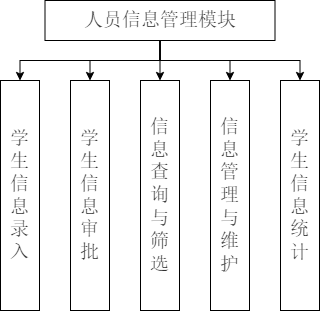
Earlier version of the draw.io export 室外平台人员信息管理模块.drawio.png (w1791105996/About-CSS3). Source tidied: cells renumbered, new cells last; positions are measured from the earlier drawing's top-left corner, leaving out a move shared by most shapes.
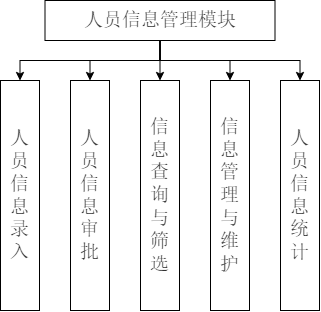
The same diagram one commit later.

Commit message:
更新室外平台人员信息管理模块.drawio.png

The edit, as a diff of the source:
```diff
@@ -20,10 +20,10 @@
     <mxCell id="7" value="&lt;span style=&quot;color: rgb(50, 50, 50); font-family: 宋体; font-size: 19px; background-color: rgba(255, 255, 255, 0.01);&quot;&gt;人员信息管理模块&lt;/span&gt;" style="rounded=0;whiteSpace=wrap;html=1;fontFamily=宋体;fontSize=19;" parent="1" vertex="1">
       <mxGeometry x="44.5" width="230" height="40" as="geometry" />
     </mxCell>
-    <mxCell id="8" value="&lt;span style=&quot;color: rgb(50, 50, 50); background-color: rgba(255, 255, 255, 0.01);&quot;&gt;学生信息录入&lt;/span&gt;" style="rounded=0;whiteSpace=wrap;html=1;fontFamily=宋体;fontSize=19;" parent="1" vertex="1">
+    <mxCell id="8" value="&lt;span style=&quot;color: rgb(50, 50, 50); background-color: rgba(255, 255, 255, 0.01);&quot;&gt;人员信息录入&lt;/span&gt;" style="rounded=0;whiteSpace=wrap;html=1;fontFamily=宋体;fontSize=19;" parent="1" vertex="1">
       <mxGeometry y="80" width="39" height="230" as="geometry" />
     </mxCell>
-    <mxCell id="9" value="&lt;span style=&quot;color: rgb(50, 50, 50); background-color: rgba(255, 255, 255, 0.01);&quot;&gt;学生信息审批&lt;/span&gt;" style="rounded=0;whiteSpace=wrap;html=1;fontFamily=宋体;fontSize=19;" parent="1" vertex="1">
+    <mxCell id="9" value="&lt;span style=&quot;color: rgb(50, 50, 50); background-color: rgba(255, 255, 255, 0.01);&quot;&gt;人员信息审批&lt;/span&gt;" style="rounded=0;whiteSpace=wrap;html=1;fontFamily=宋体;fontSize=19;" parent="1" vertex="1">
       <mxGeometry x="70" y="80" width="39" height="230" as="geometry" />
     </mxCell>
     <mxCell id="10" value="&lt;span style=&quot;color: rgb(50, 50, 50); background-color: rgba(255, 255, 255, 0.01);&quot;&gt;信息查询与筛选&lt;/span&gt;" style="rounded=0;whiteSpace=wrap;html=1;fontFamily=宋体;fontSize=19;" parent="1" vertex="1">
@@ -32,7 +32,7 @@
     <mxCell id="11" value="&lt;span style=&quot;color: rgb(50, 50, 50); background-color: rgba(255, 255, 255, 0.01);&quot;&gt;信息管理与维护&lt;/span&gt;" style="rounded=0;whiteSpace=wrap;html=1;fontFamily=宋体;fontSize=19;" parent="1" vertex="1">
       <mxGeometry x="210" y="80" width="39" height="230" as="geometry" />
     </mxCell>
-    <mxCell id="12" value="&lt;span style=&quot;color: rgb(50, 50, 50); background-color: rgba(255, 255, 255, 0.01);&quot;&gt;学生信息统计&lt;/span&gt;" style="rounded=0;whiteSpace=wrap;html=1;fontFamily=宋体;fontSize=19;" parent="1" vertex="1">
+    <mxCell id="12" value="&lt;span style=&quot;color: rgb(50, 50, 50); background-color: rgba(255, 255, 255, 0.01);&quot;&gt;人员&lt;/span&gt;&lt;span style=&quot;color: rgb(50, 50, 50); background-color: rgba(255, 255, 255, 0.01);&quot;&gt;信息统计&lt;/span&gt;" style="rounded=0;whiteSpace=wrap;html=1;fontFamily=宋体;fontSize=19;" parent="1" vertex="1">
       <mxGeometry x="280" y="80" width="39" height="230" as="geometry" />
     </mxCell>
   </root>
```
